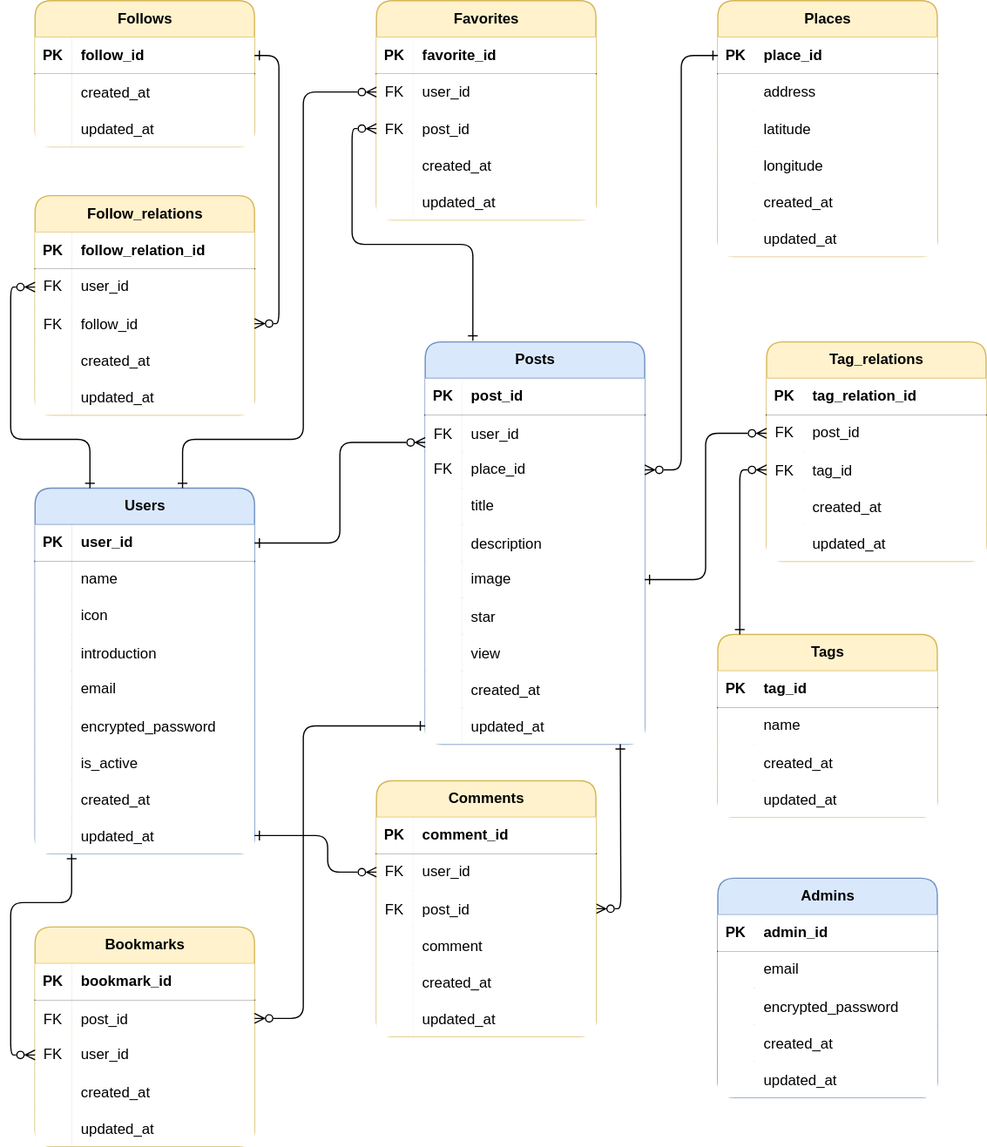
This is ER.drawio.svg from takaTWC/discoverplaces, a draw.io export, as it was before one commit. Source tidied: cells renumbered, new cells last; positions are measured from the earlier drawing's top-left corner, leaving out a move shared by most shapes.
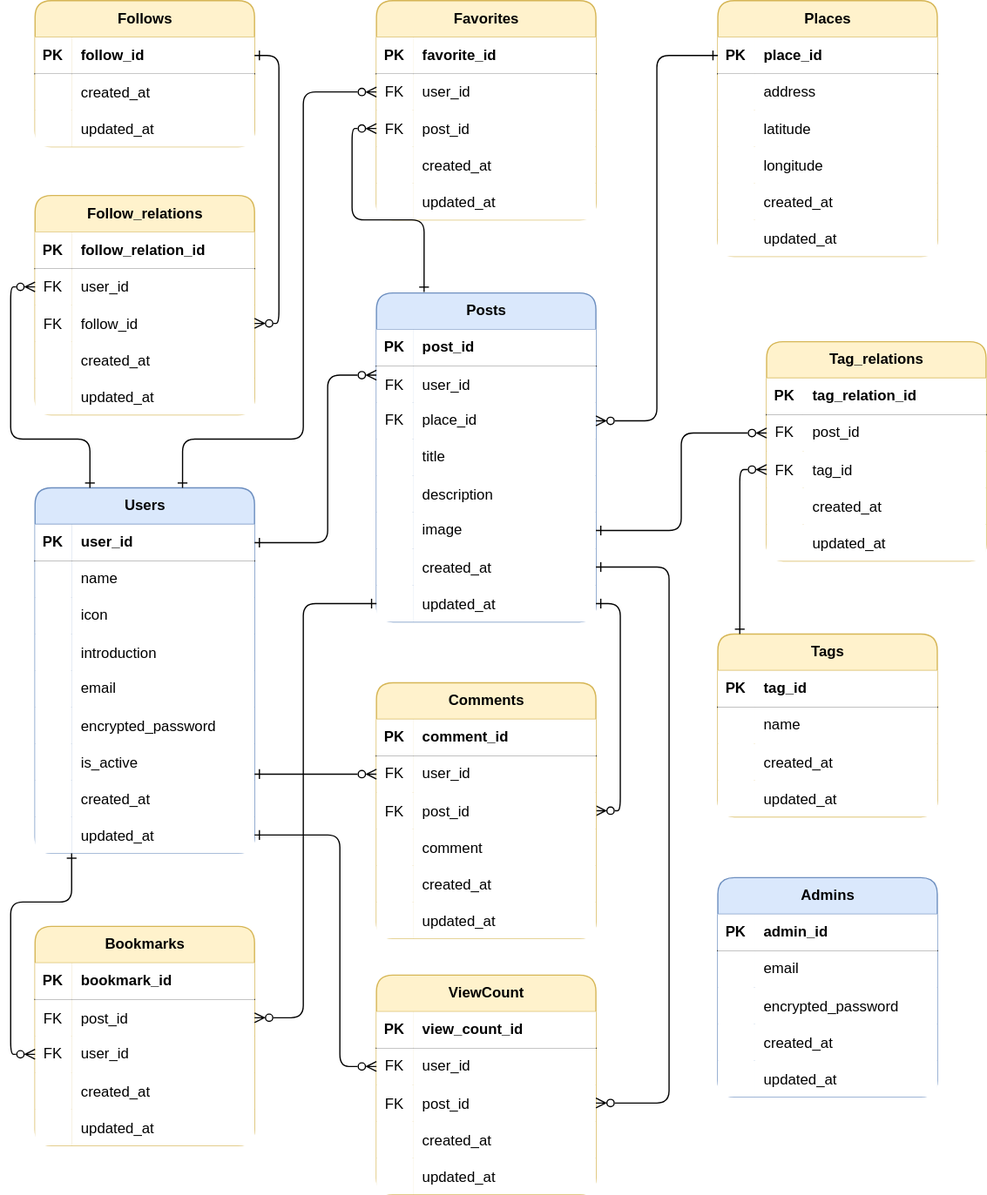
The same file after the commit.

What changed in the source:
```diff
@@ -87,7 +87,7 @@
       <mxGeometry x="30" width="150" height="30" as="geometry" />
     </mxCell>
     <mxCell id="30" value="Posts" style="shape=table;startSize=30;rowLines=0;fontStyle=1;align=center;html=1;fillColor=#dae8fc;rounded=1;shadow=0;strokeColor=#6c8ebf;" parent="1" vertex="1">
-      <mxGeometry x="340" y="280" width="180" height="330" as="geometry" />
+      <mxGeometry x="300" y="240" width="180" height="270" as="geometry" />
     </mxCell>
     <mxCell id="31" style="shape=tableRow;horizontal=0;startSize=0;swimlaneHead=0;swimlaneBody=0;fillColor=none;top=0;left=0;right=0;bottom=1;" parent="30" vertex="1">
       <mxGeometry y="30" width="180" height="30" as="geometry" />
@@ -143,26 +143,8 @@
     <mxCell id="48" value="image" style="shape=partialRectangle;fillColor=default;top=0;left=0;bottom=0;right=0;align=left;spacingLeft=6;overflow=hidden;whiteSpace=wrap;html=1;" parent="46" vertex="1">
       <mxGeometry x="30" width="150" height="30" as="geometry" />
     </mxCell>
-    <mxCell id="49" style="shape=tableRow;horizontal=0;startSize=0;swimlaneHead=0;swimlaneBody=0;fillColor=none;top=0;left=0;right=0;bottom=0;" parent="30" vertex="1">
-      <mxGeometry y="210" width="180" height="30" as="geometry" />
-    </mxCell>
-    <mxCell id="50" style="shape=partialRectangle;fillColor=default;top=0;left=0;bottom=0;right=0;overflow=hidden;" parent="49" vertex="1">
-      <mxGeometry width="30" height="30" as="geometry" />
-    </mxCell>
-    <mxCell id="51" value="star" style="shape=partialRectangle;fillColor=default;top=0;left=0;bottom=0;right=0;align=left;spacingLeft=6;overflow=hidden;" parent="49" vertex="1">
-      <mxGeometry x="30" width="150" height="30" as="geometry" />
-    </mxCell>
-    <mxCell id="52" style="shape=tableRow;horizontal=0;startSize=0;swimlaneHead=0;swimlaneBody=0;fillColor=none;top=0;left=0;right=0;bottom=0;" parent="30" vertex="1">
-      <mxGeometry y="240" width="180" height="30" as="geometry" />
-    </mxCell>
-    <mxCell id="53" style="shape=partialRectangle;fillColor=default;top=0;left=0;bottom=0;right=0;overflow=hidden;" parent="52" vertex="1">
-      <mxGeometry width="30" height="30" as="geometry" />
-    </mxCell>
-    <mxCell id="54" value="view" style="shape=partialRectangle;fillColor=default;top=0;left=0;bottom=0;right=0;align=left;spacingLeft=6;overflow=hidden;" parent="52" vertex="1">
-      <mxGeometry x="30" width="150" height="30" as="geometry" />
-    </mxCell>
     <mxCell id="55" style="shape=tableRow;horizontal=0;startSize=0;swimlaneHead=0;swimlaneBody=0;fillColor=none;points=[[0,0.5],[1,0.5]];portConstraint=eastwest;top=0;left=0;right=0;bottom=0;" parent="30" vertex="1">
-      <mxGeometry y="270" width="180" height="30" as="geometry" />
+      <mxGeometry y="210" width="180" height="30" as="geometry" />
     </mxCell>
     <mxCell id="56" style="shape=partialRectangle;fillColor=default;top=0;left=0;bottom=0;right=0;overflow=hidden;" parent="55" vertex="1">
       <mxGeometry width="30" height="30" as="geometry" />
@@ -171,7 +153,7 @@
       <mxGeometry x="30" width="150" height="30" as="geometry" />
     </mxCell>
     <mxCell id="58" style="shape=tableRow;horizontal=0;startSize=0;swimlaneHead=0;swimlaneBody=0;fillColor=none;points=[[0,0.5],[1,0.5]];portConstraint=eastwest;top=0;left=0;right=0;bottom=0;" parent="30" vertex="1">
-      <mxGeometry y="300" width="180" height="30" as="geometry" />
+      <mxGeometry y="240" width="180" height="30" as="geometry" />
     </mxCell>
     <mxCell id="59" style="shape=partialRectangle;fillColor=default;top=0;left=0;bottom=0;right=0;overflow=hidden;" parent="58" vertex="1">
       <mxGeometry width="30" height="30" as="geometry" />
@@ -419,13 +401,11 @@
     <mxCell id="140" value="updated_at" style="shape=partialRectangle;fillColor=default;top=0;left=0;bottom=0;right=0;align=left;spacingLeft=6;overflow=hidden;" parent="138" vertex="1">
       <mxGeometry x="30" width="150" height="30" as="geometry" />
     </mxCell>
-    <mxCell id="141" style="edgeStyle=orthogonalEdgeStyle;rounded=1;jettySize=auto;html=1;exitX=1;exitY=0.5;exitDx=0;exitDy=0;endArrow=ERone;endFill=0;startArrow=ERzeroToMany;startFill=0;" parent="1" edge="1" source="142">
-      <mxGeometry relative="1" as="geometry">
-        <mxPoint x="500" y="610" as="targetPoint" />
-      </mxGeometry>
-    </mxCell>
+    <mxCell id="214" style="edgeStyle=orthogonalEdgeStyle;rounded=1;jettySize=auto;html=1;exitX=1;exitY=0.5;exitDx=0;exitDy=0;entryX=1;entryY=0.5;entryDx=0;entryDy=0;endArrow=ERone;endFill=0;startArrow=ERzeroToMany;startFill=0;" parent="1" edge="1" source="142" target="58">
+      <mxGeometry relative="1" as="geometry" />
+    </mxCell>
     <mxCell id="142" value="Comments" style="shape=table;startSize=30;rowLines=0;fontStyle=1;align=center;html=1;fillColor=#fff2cc;rounded=1;shadow=0;strokeColor=#d6b656;" parent="1" vertex="1">
-      <mxGeometry x="300" y="640" width="180" height="210" as="geometry" />
+      <mxGeometry x="300" y="560" width="180" height="210" as="geometry" />
     </mxCell>
     <mxCell id="143" style="shape=tableRow;horizontal=0;startSize=0;swimlaneHead=0;swimlaneBody=0;fillColor=none;top=0;left=0;right=0;bottom=1;" parent="142" vertex="1">
       <mxGeometry y="30" width="180" height="30" as="geometry" />
@@ -530,7 +510,12 @@
       <mxGeometry x="30" width="150" height="30" as="geometry" />
     </mxCell>
     <mxCell id="177" style="edgeStyle=orthogonalEdgeStyle;jettySize=auto;html=1;exitX=1;exitY=0.5;exitDx=0;exitDy=0;entryX=0;entryY=0.25;entryDx=0;entryDy=0;startArrow=ERone;startFill=0;endArrow=ERzeroToMany;endFill=0;rounded=1;" parent="1" edge="1" source="3" target="30">
-      <mxGeometry relative="1" as="geometry" />
+      <mxGeometry relative="1" as="geometry">
+        <Array as="points">
+          <mxPoint x="260" y="445" />
+          <mxPoint x="260" y="308" />
+        </Array>
+      </mxGeometry>
     </mxCell>
     <mxCell id="178" style="edgeStyle=orthogonalEdgeStyle;jettySize=auto;html=1;exitX=1;exitY=0.5;exitDx=0;exitDy=0;entryX=0;entryY=0.5;entryDx=0;entryDy=0;startArrow=ERzeroToMany;startFill=0;endArrow=ERone;endFill=0;rounded=1;" parent="1" edge="1" source="37" target="62">
       <mxGeometry relative="1" as="geometry" />
@@ -556,27 +541,21 @@
     <mxCell id="181" style="edgeStyle=orthogonalEdgeStyle;rounded=1;jettySize=auto;html=1;exitX=0;exitY=0.5;exitDx=0;exitDy=0;endArrow=ERone;endFill=0;startArrow=ERzeroToMany;startFill=0;entryX=0.217;entryY=-0.003;entryDx=0;entryDy=0;entryPerimeter=0;" parent="1" edge="1" source="116" target="30">
       <mxGeometry relative="1" as="geometry" />
     </mxCell>
-    <mxCell id="182" style="edgeStyle=orthogonalEdgeStyle;rounded=1;jettySize=auto;html=1;exitX=0;exitY=0.5;exitDx=0;exitDy=0;endArrow=ERone;endFill=0;startArrow=ERzeroToMany;startFill=0;entryX=1;entryY=0.5;entryDx=0;entryDy=0;" parent="1" edge="1" source="146" target="27">
-      <mxGeometry relative="1" as="geometry">
-        <Array as="points">
-          <mxPoint x="260" y="715" />
-          <mxPoint x="260" y="685" />
-        </Array>
-      </mxGeometry>
-    </mxCell>
     <mxCell id="183" style="edgeStyle=orthogonalEdgeStyle;rounded=1;jettySize=auto;html=1;exitX=0;exitY=0.5;exitDx=0;exitDy=0;entryX=0.1;entryY=0;entryDx=0;entryDy=0;entryPerimeter=0;endArrow=ERone;endFill=0;startArrow=ERzeroToMany;startFill=0;" parent="1" edge="1" source="100" target="80">
       <mxGeometry relative="1" as="geometry" />
     </mxCell>
-    <mxCell id="184" style="edgeStyle=orthogonalEdgeStyle;rounded=1;jettySize=auto;html=1;exitX=1;exitY=0.5;exitDx=0;exitDy=0;entryX=0;entryY=0.5;entryDx=0;entryDy=0;endArrow=ERone;endFill=0;startArrow=ERzeroToMany;startFill=0;" parent="1" edge="1" source="129" target="58">
+    <mxCell id="184" style="edgeStyle=orthogonalEdgeStyle;rounded=1;jettySize=auto;html=1;exitX=1;exitY=0.5;exitDx=0;exitDy=0;entryX=0;entryY=0.5;entryDx=0;entryDy=0;endArrow=ERone;endFill=0;startArrow=ERzeroToMany;startFill=0;" parent="1" edge="1" target="58">
       <mxGeometry relative="1" as="geometry">
+        <mxPoint x="200" y="835" as="sourcePoint" />
         <Array as="points">
           <mxPoint x="240" y="835" />
-          <mxPoint x="240" y="595" />
+          <mxPoint x="240" y="495" />
         </Array>
       </mxGeometry>
     </mxCell>
-    <mxCell id="185" style="edgeStyle=orthogonalEdgeStyle;rounded=1;jettySize=auto;html=1;exitX=0;exitY=0.5;exitDx=0;exitDy=0;endArrow=ERone;endFill=0;startArrow=ERzeroToMany;startFill=0;" parent="1" edge="1" source="132" target="27">
+    <mxCell id="185" style="edgeStyle=orthogonalEdgeStyle;rounded=1;jettySize=auto;html=1;exitX=0;exitY=0.5;exitDx=0;exitDy=0;endArrow=ERone;endFill=0;startArrow=ERzeroToMany;startFill=0;" parent="1" edge="1" target="27">
       <mxGeometry relative="1" as="geometry">
+        <mxPoint x="20" y="865" as="sourcePoint" />
         <Array as="points">
           <mxPoint y="865" />
           <mxPoint y="740" />
@@ -668,5 +647,72 @@
     <mxCell id="213" style="edgeStyle=orthogonalEdgeStyle;rounded=1;jettySize=auto;html=1;exitX=1;exitY=0.5;exitDx=0;exitDy=0;entryX=1;entryY=0.5;entryDx=0;entryDy=0;endArrow=ERzeroToMany;endFill=0;startArrow=ERone;startFill=0;" parent="1" edge="1" source="204" target="168">
       <mxGeometry relative="1" as="geometry" />
     </mxCell>
+    <mxCell id="215" style="edgeStyle=orthogonalEdgeStyle;rounded=1;jettySize=auto;html=1;exitX=0;exitY=0.5;exitDx=0;exitDy=0;entryX=1;entryY=0.833;entryDx=0;entryDy=0;entryPerimeter=0;endArrow=ERone;endFill=0;startArrow=ERzeroToMany;startFill=0;" parent="1" edge="1" source="146" target="21">
+      <mxGeometry relative="1" as="geometry" />
+    </mxCell>
+    <mxCell id="216" value="ViewCount" style="shape=table;startSize=30;rowLines=0;fontStyle=1;align=center;html=1;fillColor=#fff2cc;rounded=1;shadow=0;strokeColor=#d6b656;" parent="1" vertex="1">
+      <mxGeometry x="300" y="800" width="180" height="180" as="geometry" />
+    </mxCell>
+    <mxCell id="217" style="shape=tableRow;horizontal=0;startSize=0;swimlaneHead=0;swimlaneBody=0;fillColor=none;top=0;left=0;right=0;bottom=1;" parent="216" vertex="1">
+      <mxGeometry y="30" width="180" height="30" as="geometry" />
+    </mxCell>
+    <mxCell id="218" value="PK" style="shape=partialRectangle;fillColor=default;top=0;left=0;bottom=0;right=0;fontStyle=1;overflow=hidden;whiteSpace=wrap;html=1;" parent="217" vertex="1">
+      <mxGeometry width="30" height="30" as="geometry" />
+    </mxCell>
+    <mxCell id="219" value="view_count_id" style="shape=partialRectangle;fillColor=default;top=0;left=0;bottom=0;right=0;align=left;spacingLeft=6;fontStyle=1;overflow=hidden;whiteSpace=wrap;html=1;" parent="217" vertex="1">
+      <mxGeometry x="30" width="150" height="30" as="geometry" />
+    </mxCell>
+    <mxCell id="220" style="shape=tableRow;horizontal=0;startSize=0;swimlaneHead=0;swimlaneBody=0;fillColor=none;points=[[0,0.5],[1,0.5]];portConstraint=eastwest;top=0;left=0;right=0;bottom=0;" parent="216" vertex="1">
+      <mxGeometry y="60" width="180" height="30" as="geometry" />
+    </mxCell>
+    <mxCell id="221" value="FK" style="shape=partialRectangle;fillColor=default;top=0;left=0;bottom=0;right=0;overflow=hidden;whiteSpace=wrap;html=1;" parent="220" vertex="1">
+      <mxGeometry width="30" height="30" as="geometry" />
+    </mxCell>
+    <mxCell id="222" value="user_id" style="shape=partialRectangle;fillColor=default;top=0;left=0;bottom=0;right=0;align=left;spacingLeft=6;overflow=hidden;whiteSpace=wrap;html=1;" parent="220" vertex="1">
+      <mxGeometry x="30" width="150" height="30" as="geometry" />
+    </mxCell>
+    <mxCell id="223" style="shape=tableRow;horizontal=0;startSize=0;swimlaneHead=0;swimlaneBody=0;fillColor=none;points=[[0,0.5],[1,0.5]];portConstraint=eastwest;top=0;left=0;right=0;bottom=0;" parent="216" vertex="1">
+      <mxGeometry y="90" width="180" height="30" as="geometry" />
+    </mxCell>
+    <mxCell id="224" value="FK" style="shape=partialRectangle;fillColor=default;top=0;left=0;bottom=0;right=0;overflow=hidden;" parent="223" vertex="1">
+      <mxGeometry width="30" height="30" as="geometry" />
+    </mxCell>
+    <mxCell id="225" value="post_id" style="shape=partialRectangle;fillColor=default;top=0;left=0;bottom=0;right=0;align=left;spacingLeft=6;overflow=hidden;" parent="223" vertex="1">
+      <mxGeometry x="30" width="150" height="30" as="geometry" />
+    </mxCell>
+    <mxCell id="226" style="shape=tableRow;horizontal=0;startSize=0;swimlaneHead=0;swimlaneBody=0;fillColor=none;top=0;left=0;right=0;bottom=0;" parent="216" vertex="1">
+      <mxGeometry y="120" width="180" height="30" as="geometry" />
+    </mxCell>
+    <mxCell id="227" style="shape=partialRectangle;fillColor=default;top=0;left=0;bottom=0;right=0;overflow=hidden;" parent="226" vertex="1">
+      <mxGeometry width="30" height="30" as="geometry" />
+    </mxCell>
+    <mxCell id="228" value="created_at" style="shape=partialRectangle;fillColor=default;top=0;left=0;bottom=0;right=0;align=left;spacingLeft=6;overflow=hidden;" parent="226" vertex="1">
+      <mxGeometry x="30" width="150" height="30" as="geometry" />
+    </mxCell>
+    <mxCell id="229" style="shape=tableRow;horizontal=0;startSize=0;swimlaneHead=0;swimlaneBody=0;fillColor=none;top=0;left=0;right=0;bottom=0;" parent="216" vertex="1">
+      <mxGeometry y="150" width="180" height="30" as="geometry" />
+    </mxCell>
+    <mxCell id="230" style="shape=partialRectangle;fillColor=default;top=0;left=0;bottom=0;right=0;overflow=hidden;" parent="229" vertex="1">
+      <mxGeometry width="30" height="30" as="geometry" />
+    </mxCell>
+    <mxCell id="231" value="updated_at" style="shape=partialRectangle;fillColor=default;top=0;left=0;bottom=0;right=0;align=left;spacingLeft=6;overflow=hidden;" parent="229" vertex="1">
+      <mxGeometry x="30" width="150" height="30" as="geometry" />
+    </mxCell>
+    <mxCell id="232" style="edgeStyle=orthogonalEdgeStyle;rounded=1;jettySize=auto;html=1;entryX=1;entryY=0.5;entryDx=0;entryDy=0;endArrow=ERone;endFill=0;startArrow=ERzeroToMany;startFill=0;" parent="1" edge="1" source="220" target="27">
+      <mxGeometry relative="1" as="geometry">
+        <Array as="points">
+          <mxPoint x="270" y="875" />
+          <mxPoint x="270" y="685" />
+        </Array>
+      </mxGeometry>
+    </mxCell>
+    <mxCell id="233" style="edgeStyle=orthogonalEdgeStyle;rounded=1;jettySize=auto;html=1;exitX=1;exitY=0.5;exitDx=0;exitDy=0;entryX=1;entryY=0.5;entryDx=0;entryDy=0;endArrow=ERone;endFill=0;startArrow=ERzeroToMany;startFill=0;" parent="1" edge="1" source="223" target="55">
+      <mxGeometry relative="1" as="geometry">
+        <Array as="points">
+          <mxPoint x="540" y="905" />
+          <mxPoint x="540" y="465" />
+        </Array>
+      </mxGeometry>
+    </mxCell>
   </root>
 </mxGraphModel>
```
